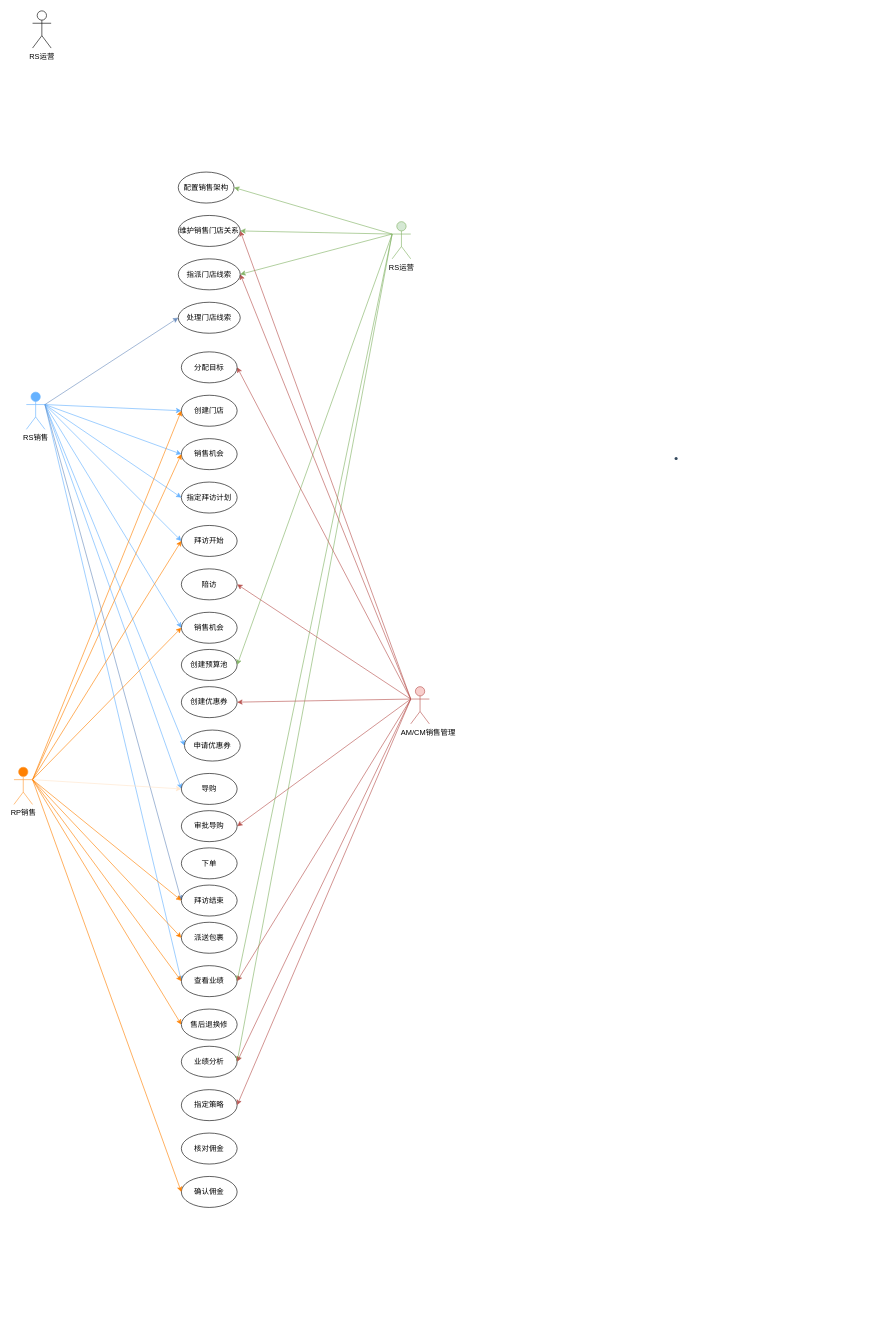
Above: 渠道-用例图.drawio in shixiaoding/draw (draw.io), before the change. Source tidied: cells renumbered, new cells numbered last; positions are measured from the earlier drawing's top-left corner, leaving out a move shared by most shapes. Both pictures are drawn from the tidied source at 62%, with x=0, y=0 at pixel (14, 11).
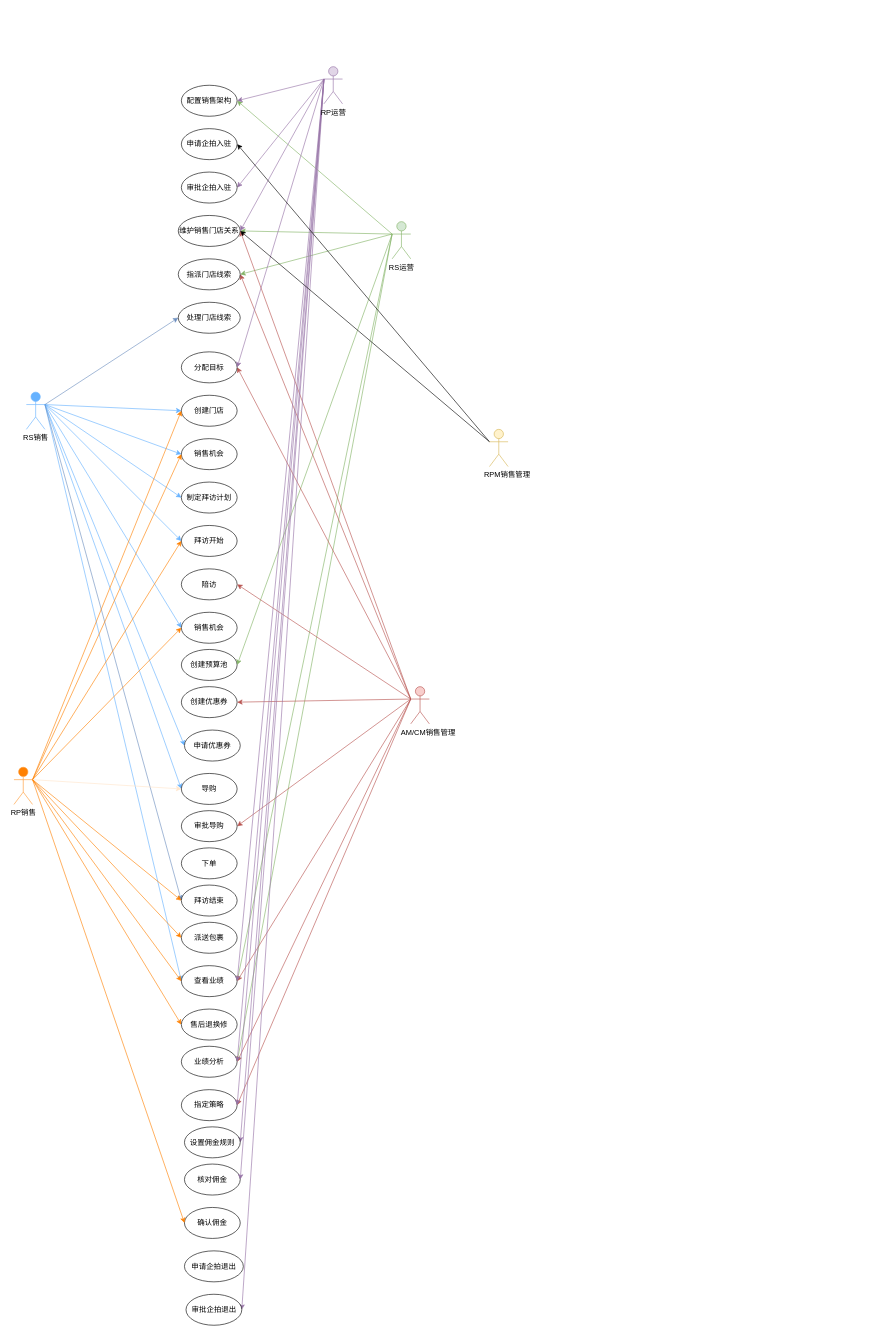
Above is the later version.

Commit message (it also covers changes not shown here):
更新渠道-用例图.drawio

Unchanged cells that the change refers to:
```xml
<mxCell id="22" value="查看业绩" style="ellipse;whiteSpace=wrap;html=1;" parent="1" vertex="1">
  <mxGeometry x="270" y="1540" width="90" height="50" as="geometry" />
</mxCell>
<mxCell id="23" value="业绩分析" style="ellipse;whiteSpace=wrap;html=1;" parent="1" vertex="1">
  <mxGeometry x="270" y="1670" width="90" height="50" as="geometry" />
</mxCell>
<mxCell id="24" value="指定策略" style="ellipse;whiteSpace=wrap;html=1;" parent="1" vertex="1">
  <mxGeometry x="270" y="1740" width="90" height="50" as="geometry" />
</mxCell>
<mxCell id="51" value="维护销售门店关系" style="ellipse;whiteSpace=wrap;html=1;" parent="1" vertex="1">
  <mxGeometry x="265" y="330" width="100" height="50" as="geometry" />
</mxCell>
<mxCell id="62" value="分配目标" style="ellipse;whiteSpace=wrap;html=1;" parent="1" vertex="1">
  <mxGeometry x="270" y="550" width="90" height="50" as="geometry" />
</mxCell>
```

The edit, as a diff of the source:
```diff
@@
-    <mxCell id="13" value="指定拜访计划" style="ellipse;whiteSpace=wrap;html=1;" parent="1" vertex="1">
+    <mxCell id="13" value="制定拜访计划" style="ellipse;whiteSpace=wrap;html=1;" parent="1" vertex="1">
       <mxGeometry x="270" y="760" width="90" height="50" as="geometry" />
     </mxCell>
@@
-    <mxCell id="15" value="&lt;ul style=&quot;box-sizing: border-box; --tw-border-spacing-x: 0; --tw-border-spacing-y: 0; --tw-translate-x: 0; --tw-translate-y: 0; --tw-rotate: 0; --tw-skew-x: 0; --tw-skew-y: 0; --tw-scale-x: 1; --tw-scale-y: 1; --tw-pan-x: ; --tw-pan-y: ; --tw-pinch-zoom: ; --tw-scroll-snap-strictness: proximity; --tw-ordinal: ; --tw-slashed-zero: ; --tw-numeric-figure: ; --tw-numeric-spacing: ; --tw-numeric-fraction: ; --tw-ring-inset: ; --tw-ring-offset-width: 0px; --tw-ring-offset-color: light-dark(#fff, #000000); --tw-ring-color: rgb(59 130 246 / .5); --tw-ring-offset-shadow: 0 0 #0000; --tw-ring-shadow: 0 0 #0000; --tw-shadow: 0 0 #0000; --tw-shadow-colored: 0 0 #0000; --tw-blur: ; --tw-brightness: ; --tw-contrast: ; --tw-grayscale: ; --tw-hue-rotate: ; --tw-invert: ; --tw-saturate: ; --tw-sepia: ; --tw-drop-shadow: ; --tw-backdrop-blur: ; --tw-backdrop-brightness: ; --tw-backdrop-contrast: ; --tw-backdrop-grayscale: ; --tw-backdrop-hue-rotate: ; --tw-backdrop-invert: ; --tw-backdrop-opacity: ; --tw-backdrop-saturate: ; --tw-backdrop-sepia: ; margin: 0px; padding-left: 30px; position: relative; caret-color: rgb(52, 73, 94); color: rgb(52, 73, 94); font-family: Ubuntu, &amp;quot;Source Sans Pro&amp;quot;, sans-serif; font-size: 16px; font-style: normal; font-variant-caps: normal; font-weight: 400; letter-spacing: normal; text-align: left; text-indent: 0px; text-transform: none; white-space: normal; word-spacing: 0px; -webkit-text-stroke-width: 0px; text-decoration: none;&quot; class=&quot;ul-list&quot;&gt;&lt;li style=&quot;box-sizing: border-box; --tw-border-spacing-x: 0; --tw-border-spacing-y: 0; --tw-translate-x: 0; --tw-translate-y: 0; --tw-rotate: 0; --tw-skew-x: 0; --tw-skew-y: 0; --tw-scale-x: 1; --tw-scale-y: 1; --tw-pan-x: ; --tw-pan-y: ; --tw-pinch-zoom: ; --tw-scroll-snap-strictness: proximity; --tw-ordinal: ; --tw-slashed-zero: ; --tw-numeric-figure: ; --tw-numeric-spacing: ; --tw-numeric-fraction: ; --tw-ring-inset: ; --tw-ring-offset-width: 0px; --tw-ring-offset-color: light-dark(#fff, #000000); --tw-ring-color: rgb(59 130 246 / .5); --tw-ring-offset-shadow: 0 0 #0000; --tw-ring-shadow: 0 0 #0000; --tw-shadow: 0 0 #0000; --tw-shadow-colored: 0 0 #0000; --tw-blur: ; --tw-brightness: ; --tw-contrast: ; --tw-grayscale: ; --tw-hue-rotate: ; --tw-invert: ; --tw-saturate: ; --tw-sepia: ; --tw-drop-shadow: ; --tw-backdrop-blur: ; --tw-backdrop-brightness: ; --tw-backdrop-contrast: ; --tw-backdrop-grayscale: ; --tw-backdrop-hue-rotate: ; --tw-backdrop-invert: ; --tw-backdrop-opacity: ; --tw-backdrop-saturate: ; --tw-backdrop-sepia: ; margin: 0px; position: relative;&quot; class=&quot;md-list-item md-focus-container&quot;&gt;&lt;p style=&quot;box-sizing: border-box; --tw-border-spacing-x: 0; --tw-border-spacing-y: 0; --tw-translate-x: 0; --tw-translate-y: 0; --tw-rotate: 0; --tw-skew-x: 0; --tw-skew-y: 0; --tw-scale-x: 1; --tw-scale-y: 1; --tw-pan-x: ; --tw-pan-y: ; --tw-pinch-zoom: ; --tw-scroll-snap-strictness: proximity; --tw-ordinal: ; --tw-slashed-zero: ; --tw-numeric-figure: ; --tw-numeric-spacing: ; --tw-numeric-fraction: ; --tw-ring-inset: ; --tw-ring-offset-width: 0px; --tw-ring-offset-color: light-dark(#fff, #000000); --tw-ring-color: rgb(59 130 246 / .5); --tw-ring-offset-shadow: 0 0 #0000; --tw-ring-shadow: 0 0 #0000; --tw-shadow: 0 0 #0000; --tw-shadow-colored: 0 0 #0000; --tw-blur: ; --tw-brightness: ; --tw-contrast: ; --tw-grayscale: ; --tw-hue-rotate: ; --tw-invert: ; --tw-saturate: ; --tw-sepia: ; --tw-drop-shadow: ; --tw-backdrop-blur: ; --tw-backdrop-brightness: ; --tw-backdrop-contrast: ; --tw-backdrop-grayscale: ; --tw-backdrop-hue-rotate: ; --tw-backdrop-invert: ; --tw-backdrop-opacity: ; --tw-backdrop-saturate: ; --tw-backdrop-sepia: ; line-height: 1.6rem; orphans: 4; margin: 0px 0px 0.5rem; white-space: pre-wrap; position: relative; word-spacing: 0.05rem;&quot; class=&quot;md-end-block md-p md-focus&quot;&gt;&lt;br&gt;&lt;/p&gt;&lt;/li&gt;&lt;/ul&gt;" style="text;html=1;align=center;verticalAlign=middle;whiteSpace=wrap;rounded=0;" parent="1" vertex="1">
-      <mxGeometry x="770" y="710" width="600" height="30" as="geometry" />
-    </mxCell>
@@
     <mxCell id="27" value="核对佣金" style="ellipse;whiteSpace=wrap;html=1;" parent="1" vertex="1">
-      <mxGeometry x="270" y="1810" width="90" height="50" as="geometry" />
+      <mxGeometry x="275" y="1860" width="90" height="50" as="geometry" />
     </mxCell>
@@
     <mxCell id="30" value="确认佣金" style="ellipse;whiteSpace=wrap;html=1;" parent="1" vertex="1">
-      <mxGeometry x="270" y="1880" width="90" height="50" as="geometry" />
+      <mxGeometry x="275" y="1930" width="90" height="50" as="geometry" />
     </mxCell>
     <mxCell id="31" value="配置销售架构" style="ellipse;whiteSpace=wrap;html=1;" parent="1" vertex="1">
-      <mxGeometry x="265" y="260" width="90" height="50" as="geometry" />
+      <mxGeometry x="270" y="120" width="90" height="50" as="geometry" />
     </mxCell>
@@
-    <mxCell id="63" value="RS运营" style="shape=umlActor;verticalLabelPosition=bottom;verticalAlign=top;html=1;" parent="1" vertex="1">
-      <mxGeometry x="30" width="30" height="60" as="geometry" />
-    </mxCell>
@@
+    <mxCell id="68" style="edgeStyle=none;rounded=0;jettySize=auto;html=1;exitX=0;exitY=0.3333333333333333;exitDx=0;exitDy=0;exitPerimeter=0;entryX=1;entryY=0.5;entryDx=0;entryDy=0;fillColor=#e1d5e7;strokeColor=#9673a6;" parent="1" edge="1" source="78" target="31">
+      <mxGeometry relative="1" as="geometry" />
+    </mxCell>
+    <mxCell id="69" style="edgeStyle=none;rounded=0;jettySize=auto;html=1;exitX=0;exitY=0.3333333333333333;exitDx=0;exitDy=0;exitPerimeter=0;entryX=1;entryY=0.5;entryDx=0;entryDy=0;fillColor=#e1d5e7;strokeColor=#9673a6;" parent="1" edge="1" source="78" target="51">
+      <mxGeometry relative="1" as="geometry" />
+    </mxCell>
+    <mxCell id="70" style="edgeStyle=none;rounded=0;jettySize=auto;html=1;exitX=0;exitY=0.3333333333333333;exitDx=0;exitDy=0;exitPerimeter=0;entryX=1;entryY=0.5;entryDx=0;entryDy=0;fillColor=#e1d5e7;strokeColor=#9673a6;" parent="1" edge="1" source="78" target="83">
+      <mxGeometry relative="1" as="geometry" />
+    </mxCell>
+    <mxCell id="71" style="edgeStyle=none;rounded=0;jettySize=auto;html=1;exitX=0;exitY=0.3333333333333333;exitDx=0;exitDy=0;exitPerimeter=0;entryX=1;entryY=0.5;entryDx=0;entryDy=0;fillColor=#e1d5e7;strokeColor=#9673a6;" parent="1" edge="1" source="78" target="62">
+      <mxGeometry relative="1" as="geometry" />
+    </mxCell>
+    <mxCell id="72" style="edgeStyle=none;rounded=0;jettySize=auto;html=1;exitX=0;exitY=0.3333333333333333;exitDx=0;exitDy=0;exitPerimeter=0;entryX=1;entryY=0.5;entryDx=0;entryDy=0;fillColor=#e1d5e7;strokeColor=#9673a6;" parent="1" edge="1" source="78" target="22">
+      <mxGeometry relative="1" as="geometry" />
+    </mxCell>
+    <mxCell id="73" style="edgeStyle=none;rounded=0;jettySize=auto;html=1;exitX=0;exitY=0.3333333333333333;exitDx=0;exitDy=0;exitPerimeter=0;entryX=1;entryY=0.5;entryDx=0;entryDy=0;fillColor=#e1d5e7;strokeColor=#9673a6;" parent="1" edge="1" source="78" target="23">
+      <mxGeometry relative="1" as="geometry" />
+    </mxCell>
+    <mxCell id="74" style="edgeStyle=none;rounded=0;jettySize=auto;html=1;exitX=0;exitY=0.3333333333333333;exitDx=0;exitDy=0;exitPerimeter=0;entryX=1;entryY=0.5;entryDx=0;entryDy=0;fillColor=#e1d5e7;strokeColor=#9673a6;" parent="1" edge="1" source="78" target="24">
+      <mxGeometry relative="1" as="geometry" />
+    </mxCell>
+    <mxCell id="75" style="edgeStyle=none;rounded=0;jettySize=auto;html=1;exitX=0;exitY=0.3333333333333333;exitDx=0;exitDy=0;exitPerimeter=0;entryX=1;entryY=0.5;entryDx=0;entryDy=0;fillColor=#e1d5e7;strokeColor=#9673a6;" parent="1" edge="1" source="78" target="27">
+      <mxGeometry relative="1" as="geometry" />
+    </mxCell>
+    <mxCell id="76" style="edgeStyle=none;rounded=0;jettySize=auto;html=1;exitX=0;exitY=0.3333333333333333;exitDx=0;exitDy=0;exitPerimeter=0;entryX=1;entryY=0.5;entryDx=0;entryDy=0;fillColor=#e1d5e7;strokeColor=#9673a6;" parent="1" edge="1" source="78" target="84">
+      <mxGeometry relative="1" as="geometry" />
+    </mxCell>
+    <mxCell id="77" style="edgeStyle=none;rounded=0;jettySize=auto;html=1;exitX=0;exitY=0.3333333333333333;exitDx=0;exitDy=0;exitPerimeter=0;entryX=1;entryY=0.5;entryDx=0;entryDy=0;fillColor=#e1d5e7;strokeColor=#9673a6;" parent="1" edge="1" source="78" target="86">
+      <mxGeometry relative="1" as="geometry" />
+    </mxCell>
+    <mxCell id="78" value="RP运营" style="shape=umlActor;verticalLabelPosition=bottom;verticalAlign=top;html=1;outlineConnect=0;fillColor=#e1d5e7;strokeColor=#9673a6;" parent="1" vertex="1">
+      <mxGeometry x="500" y="90" width="30" height="60" as="geometry" />
+    </mxCell>
+    <mxCell id="79" style="edgeStyle=none;rounded=0;jettySize=auto;html=1;exitX=0;exitY=0.3333333333333333;exitDx=0;exitDy=0;exitPerimeter=0;entryX=1;entryY=0.5;entryDx=0;entryDy=0;" parent="1" edge="1" source="81" target="82">
+      <mxGeometry relative="1" as="geometry" />
+    </mxCell>
+    <mxCell id="80" style="edgeStyle=none;rounded=0;jettySize=auto;html=1;exitX=0;exitY=0.3333333333333333;exitDx=0;exitDy=0;exitPerimeter=0;entryX=1;entryY=0.5;entryDx=0;entryDy=0;" parent="1" edge="1" source="81" target="51">
+      <mxGeometry relative="1" as="geometry" />
+    </mxCell>
+    <mxCell id="81" value="&amp;nbsp; &amp;nbsp; &amp;nbsp; &amp;nbsp; RPM销售管理" style="shape=umlActor;verticalLabelPosition=bottom;verticalAlign=top;html=1;outlineConnect=0;fillColor=#fff2cc;strokeColor=#d6b656;" parent="1" vertex="1">
+      <mxGeometry x="767" y="675" width="30" height="60" as="geometry" />
+    </mxCell>
+    <mxCell id="82" value="申请企拍入驻" style="ellipse;whiteSpace=wrap;html=1;" parent="1" vertex="1">
+      <mxGeometry x="270" y="190" width="90" height="50" as="geometry" />
+    </mxCell>
+    <mxCell id="83" value="审批企拍入驻" style="ellipse;whiteSpace=wrap;html=1;" parent="1" vertex="1">
+      <mxGeometry x="270" y="260" width="90" height="50" as="geometry" />
+    </mxCell>
+    <mxCell id="84" value="设置佣金规则" style="ellipse;whiteSpace=wrap;html=1;" parent="1" vertex="1">
+      <mxGeometry x="275" y="1800" width="90" height="50" as="geometry" />
+    </mxCell>
+    <mxCell id="85" value="申请企拍退出" style="ellipse;whiteSpace=wrap;html=1;" parent="1" vertex="1">
+      <mxGeometry x="275" y="2000" width="95" height="50" as="geometry" />
+    </mxCell>
+    <mxCell id="86" value="审批企拍退出" style="ellipse;whiteSpace=wrap;html=1;" parent="1" vertex="1">
+      <mxGeometry x="277.5" y="2070" width="90" height="50" as="geometry" />
+    </mxCell>
```
